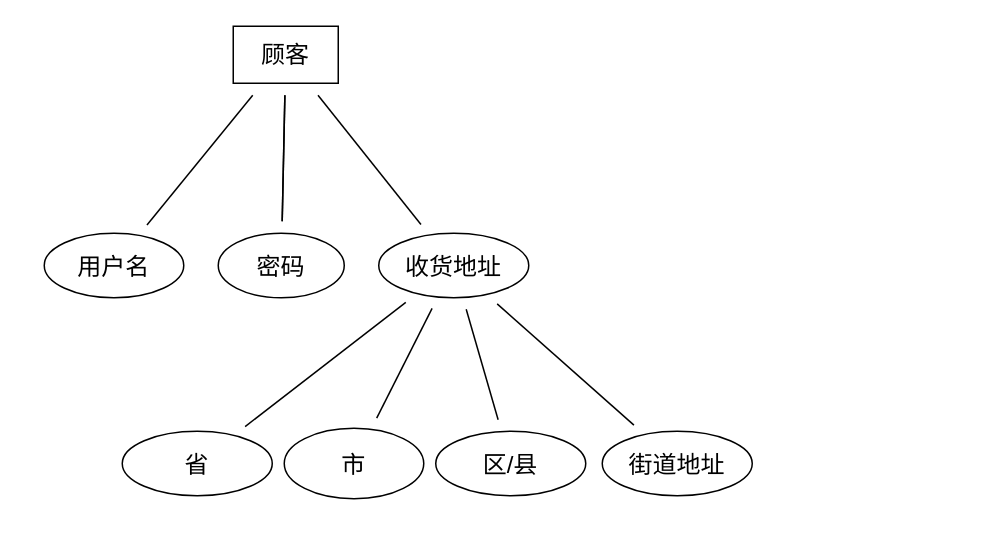
This is database-ER.drawio from guokaichina/database-ER, a draw.io file, before an edit. Source tidied: cells renumbered, new cells numbered last; positions are measured from the earlier drawing's top-left corner, leaving out a move shared by most shapes. Both pictures are drawn from the tidied source at 150%, with x=0, y=0 at pixel (44, 26).
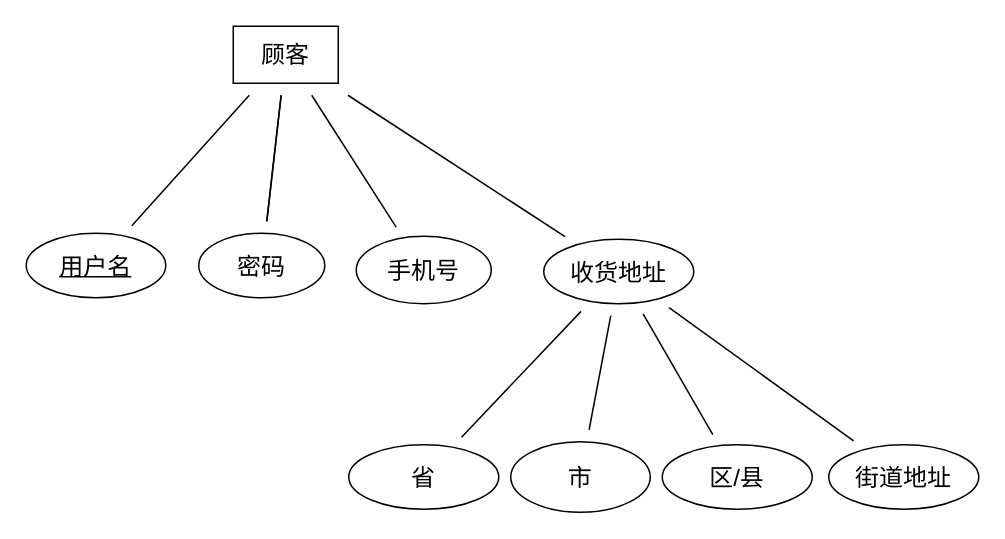
Above is the later version.

Change to the diagram source:
```diff
@@
 <mxGraphModel>
   <root>
     <mxCell id="0" />
     <mxCell id="1" parent="0" />
     <mxCell id="2" style="edgeStyle=none;curved=1;rounded=0;jettySize=auto;html=1;fontSize=16;endArrow=none;startSize=14;endSize=14;sourcePerimeterSpacing=8;targetPerimeterSpacing=8;endFill=0;" parent="1" edge="1" source="5" target="6">
       <mxGeometry relative="1" as="geometry" />
     </mxCell>
     <mxCell id="3" style="edgeStyle=none;curved=1;rounded=0;jettySize=auto;html=1;fontSize=16;endArrow=none;endFill=0;startSize=14;endSize=14;sourcePerimeterSpacing=8;targetPerimeterSpacing=8;" parent="1" edge="1" source="5" target="7">
       <mxGeometry relative="1" as="geometry" />
     </mxCell>
     <mxCell id="4" style="edgeStyle=none;curved=1;rounded=0;jettySize=auto;html=1;fontSize=16;endArrow=none;endFill=0;startSize=14;endSize=14;sourcePerimeterSpacing=8;targetPerimeterSpacing=8;" parent="1" edge="1" source="5" target="7">
       <mxGeometry relative="1" as="geometry" />
     </mxCell>
+    <mxCell id="18" style="edgeStyle=none;curved=1;rounded=0;jettySize=auto;html=1;fontSize=16;endArrow=none;endFill=0;startSize=14;endSize=14;sourcePerimeterSpacing=8;targetPerimeterSpacing=8;" parent="1" edge="1" source="5" target="19">
+      <mxGeometry relative="1" as="geometry" />
+    </mxCell>
     <mxCell id="5" value="&lt;font style=&quot;font-size: 16px;&quot;&gt;顾客&lt;/font&gt;" style="rounded=0;whiteSpace=wrap;html=1;" parent="1" vertex="1">
       <mxGeometry x="126" width="70" height="38" as="geometry" />
     </mxCell>
-    <mxCell id="6" value="用户名" style="ellipse;whiteSpace=wrap;html=1;fontSize=16;" parent="1" vertex="1">
-      <mxGeometry y="138" width="93" height="43" as="geometry" />
+    <mxCell id="6" value="&lt;u&gt;用户名&lt;/u&gt;" style="ellipse;whiteSpace=wrap;html=1;fontSize=16;" parent="1" vertex="1">
+      <mxGeometry x="-12" y="138" width="93" height="43" as="geometry" />
     </mxCell>
     <mxCell id="7" value="密码" style="ellipse;whiteSpace=wrap;html=1;fontSize=16;" parent="1" vertex="1">
-      <mxGeometry x="116" y="138" width="84" height="43" as="geometry" />
+      <mxGeometry x="103" y="138" width="84" height="43" as="geometry" />
     </mxCell>
     <mxCell id="8" style="edgeStyle=none;curved=1;rounded=0;jettySize=auto;html=1;fontSize=16;endArrow=none;endFill=0;startSize=14;endSize=14;sourcePerimeterSpacing=8;targetPerimeterSpacing=8;" parent="1" edge="1" source="12" target="14">
       <mxGeometry relative="1" as="geometry" />
     </mxCell>
     <mxCell id="9" style="edgeStyle=none;curved=1;rounded=0;jettySize=auto;html=1;fontSize=16;endArrow=none;endFill=0;startSize=14;endSize=14;sourcePerimeterSpacing=8;targetPerimeterSpacing=8;" parent="1" edge="1" source="12" target="15">
       <mxGeometry relative="1" as="geometry" />
     </mxCell>
     <mxCell id="10" style="edgeStyle=none;curved=1;rounded=0;jettySize=auto;html=1;fontSize=16;endArrow=none;endFill=0;startSize=14;endSize=14;sourcePerimeterSpacing=8;targetPerimeterSpacing=8;" parent="1" edge="1" source="12" target="16">
       <mxGeometry relative="1" as="geometry" />
     </mxCell>
     <mxCell id="11" style="edgeStyle=none;curved=1;rounded=0;jettySize=auto;html=1;fontSize=16;endArrow=none;endFill=0;startSize=14;endSize=14;sourcePerimeterSpacing=8;targetPerimeterSpacing=8;" parent="1" edge="1" source="12" target="17">
       <mxGeometry relative="1" as="geometry" />
     </mxCell>
     <mxCell id="12" value="收货地址" style="ellipse;whiteSpace=wrap;html=1;fontSize=16;" parent="1" vertex="1">
-      <mxGeometry x="223" y="138" width="100" height="43" as="geometry" />
+      <mxGeometry x="333" y="142" width="100" height="43" as="geometry" />
     </mxCell>
     <mxCell id="13" style="edgeStyle=none;jettySize=auto;html=1;rounded=0;fontSize=16;endArrow=none;endFill=0;startSize=14;endSize=14;sourcePerimeterSpacing=8;targetPerimeterSpacing=8;curved=1;" parent="1" edge="1" source="5" target="12">
       <mxGeometry relative="1" as="geometry" />
     </mxCell>
     <mxCell id="14" value="省" style="ellipse;whiteSpace=wrap;html=1;fontSize=16;" parent="1" vertex="1">
-      <mxGeometry x="52" y="270" width="100" height="43" as="geometry" />
+      <mxGeometry x="203" y="279" width="100" height="43" as="geometry" />
     </mxCell>
     <mxCell id="15" value="市" style="ellipse;whiteSpace=wrap;html=1;fontSize=16;" parent="1" vertex="1">
-      <mxGeometry x="160" y="268" width="93" height="47" as="geometry" />
+      <mxGeometry x="311" y="277" width="93" height="47" as="geometry" />
     </mxCell>
     <mxCell id="16" value="区/县" style="ellipse;whiteSpace=wrap;html=1;fontSize=16;" parent="1" vertex="1">
-      <mxGeometry x="261" y="270" width="100" height="43" as="geometry" />
+      <mxGeometry x="412" y="279" width="100" height="43" as="geometry" />
     </mxCell>
     <mxCell id="17" value="街道地址" style="ellipse;whiteSpace=wrap;html=1;fontSize=16;" parent="1" vertex="1">
-      <mxGeometry x="372" y="270" width="100" height="43" as="geometry" />
+      <mxGeometry x="523" y="279" width="100" height="43" as="geometry" />
     </mxCell>
+    <mxCell id="19" value="手机号" style="ellipse;whiteSpace=wrap;html=1;fontSize=16;" parent="1" vertex="1">
+      <mxGeometry x="208" y="140" width="90" height="45" as="geometry" />
+    </mxCell>
   </root>
 </mxGraphModel>
```
